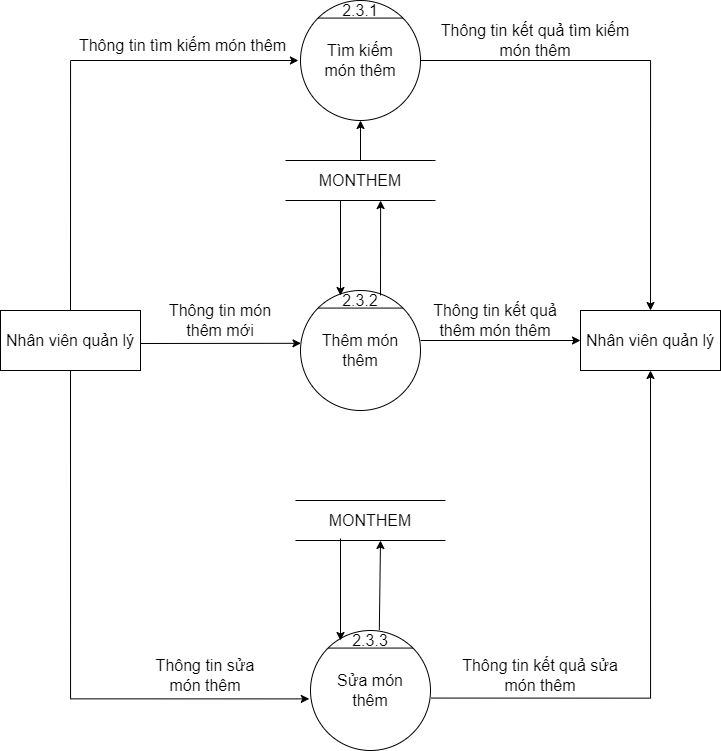
Above: BFD&DFD/BFD&DFD mức 0, 1, 2, 3/DFD_2_QLMONTHEM.png in hungtadasuke/CoffeShop_SoftwareTechnology (draw.io), before the change. Source tidied: cells renumbered, new cells last; positions are measured from the earlier drawing's top-left corner, leaving out a move shared by most shapes.
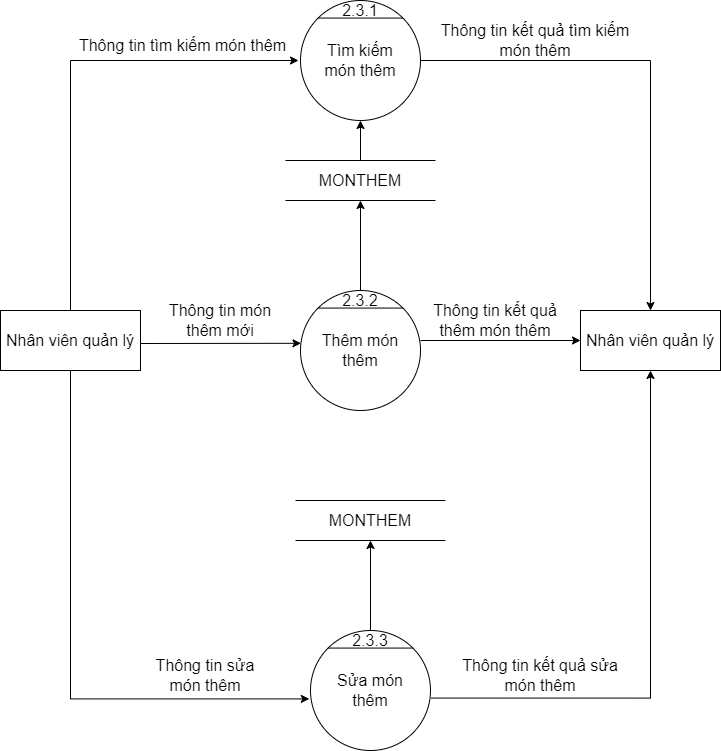
The same diagram one commit later.

The edit, as a diff of the source:
```diff
@@ -95,19 +95,12 @@
     <mxCell id="26" style="endArrow=classic;html=1;rounded=0;fontSize=16;entryX=0.5;entryY=1;entryDx=0;entryDy=0;exitX=0.5;exitY=0;exitDx=0;exitDy=0;" parent="1" edge="1" source="22" target="2">
       <mxGeometry relative="1" as="geometry" />
     </mxCell>
-    <mxCell id="27" style="endArrow=classic;html=1;rounded=0;fontSize=16;entryX=0.634;entryY=1.002;entryDx=0;entryDy=0;entryPerimeter=0;exitX=1;exitY=0.25;exitDx=0;exitDy=0;" parent="1" edge="1" source="14" target="22">
+    <mxCell id="27" style="endArrow=classic;html=1;rounded=0;fontSize=16;entryX=0.5;entryY=1;entryDx=0;entryDy=0;exitX=0.5;exitY=0;exitDx=0;exitDy=0;" parent="1" edge="1" source="14" target="22">
       <mxGeometry relative="1" as="geometry" />
     </mxCell>
-    <mxCell id="28" style="endArrow=classic;html=1;rounded=0;fontSize=16;entryX=0.362;entryY=1.004;entryDx=0;entryDy=0;entryPerimeter=0;exitX=0.647;exitY=-0.02;exitDx=0;exitDy=0;exitPerimeter=0;" parent="1" edge="1" source="15">
-      <mxGeometry relative="1" as="geometry">
-        <mxPoint x="380" y="540" as="targetPoint" />
-      </mxGeometry>
+    <mxCell id="28" style="endArrow=classic;html=1;rounded=0;fontSize=16;entryX=0.5;entryY=1;entryDx=0;entryDy=0;exitX=0.5;exitY=0;exitDx=0;exitDy=0;" parent="1" edge="1" source="15" target="25">
+      <mxGeometry relative="1" as="geometry" />
     </mxCell>
-    <mxCell id="29" style="endArrow=classic;html=1;rounded=0;fontSize=16;entryX=0;entryY=0.5;entryDx=0;entryDy=0;" parent="1" edge="1" target="15">
-      <mxGeometry relative="1" as="geometry">
-        <mxPoint x="340" y="538" as="sourcePoint" />
-      </mxGeometry>
-    </mxCell>
     <mxCell id="30" value="Thông tin món thêm mới" style="text;html=1;strokeColor=none;fillColor=none;align=center;verticalAlign=middle;whiteSpace=wrap;rounded=0;fontSize=16;" parent="1" vertex="1">
       <mxGeometry x="155" y="305" width="130" height="30" as="geometry" />
     </mxCell>
@@ -123,10 +116,5 @@
     <mxCell id="34" value="Thông tin kết quả sửa món thêm" style="text;html=1;strokeColor=none;fillColor=none;align=center;verticalAlign=middle;whiteSpace=wrap;rounded=0;fontSize=16;" parent="1" vertex="1">
       <mxGeometry x="450" y="655" width="180" height="40" as="geometry" />
     </mxCell>
-    <mxCell id="35" style="endArrow=classic;html=1;rounded=0;fontSize=16;entryX=0;entryY=0.25;entryDx=0;entryDy=0;" parent="1" edge="1" target="14">
-      <mxGeometry relative="1" as="geometry">
-        <mxPoint x="340" y="200" as="sourcePoint" />
-      </mxGeometry>
-    </mxCell>
   </root>
 </mxGraphModel>
```
